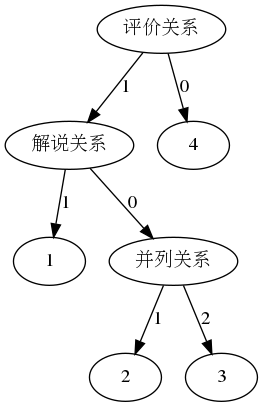
Before: struct.gv.png, a diagram exported from Graphviz (Drenight/2020GraduationProject). Its source is kept beside it as struct.gv.
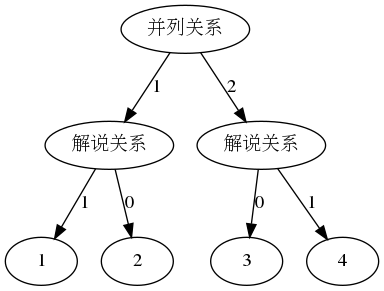
Later version of the same file.

What changed in the source:
```diff
@@ -1,15 +1,15 @@
 digraph G {
-	0 [label="评价关系"]
+	0 [label="并列关系"]
 	1 [label="解说关系"]
 	0 -> 1 [label=1]
 	2 [label=1]
 	1 -> 2 [label=1]
-	3 [label="并列关系"]
+	3 [label=2]
 	1 -> 3 [label=0]
-	4 [label=2]
-	3 -> 4 [label=1]
+	4 [label="解说关系"]
+	0 -> 4 [label=2]
 	5 [label=3]
-	3 -> 5 [label=2]
+	4 -> 5 [label=0]
 	6 [label=4]
-	0 -> 6 [label=0]
+	4 -> 6 [label=1]
 }
```
